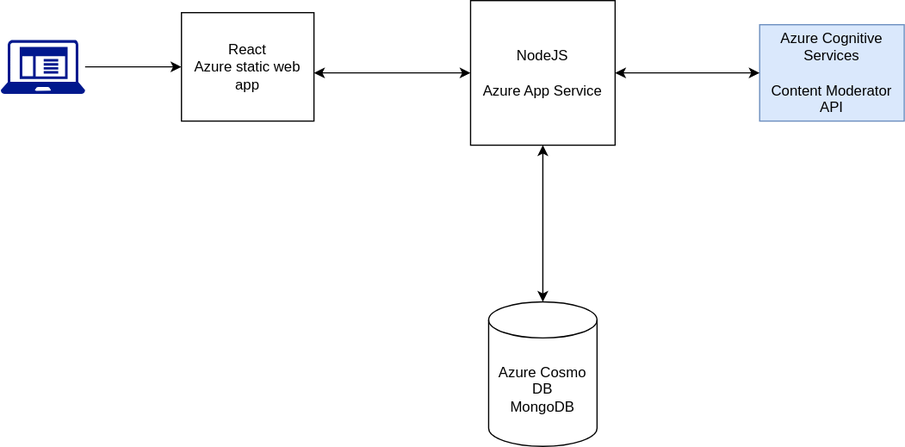
This is circle-architecture.svg from chalanik/circle, a draw.io export, as it was before one commit. Source tidied: cells renumbered, new cells last; positions are measured from the earlier drawing's top-left corner, leaving out a move shared by most shapes.
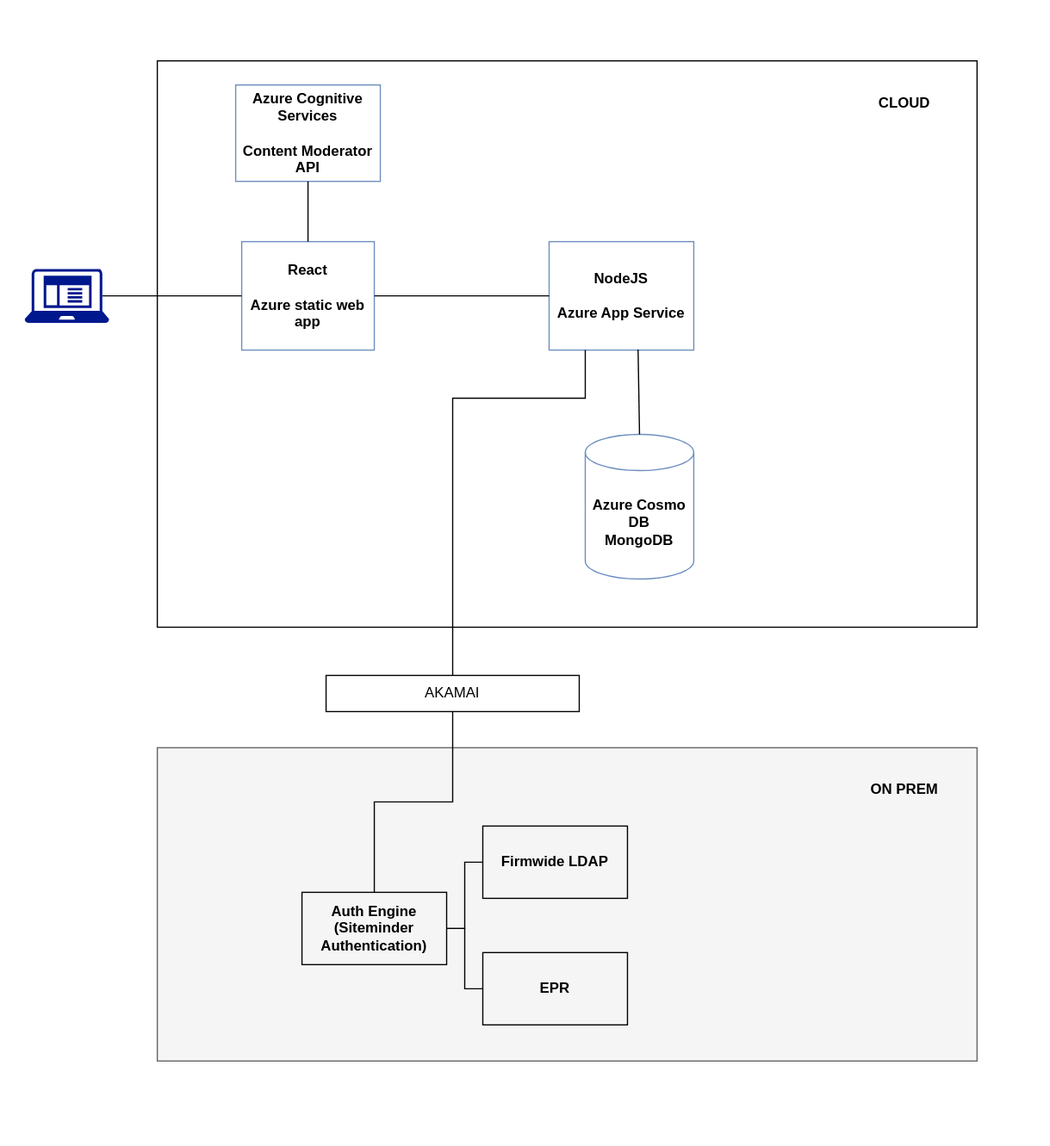
After the commit.

Commit message:
update arch diagrams

What changed in the source:
```diff
@@ -2,44 +2,91 @@
   <root>
     <mxCell id="0" />
     <mxCell id="1" parent="0" />
+    <mxCell id="13" style="rounded=0;whiteSpace=wrap;html=1;fillColor=none;perimeterSpacing=4;strokeColor=none;" parent="1" vertex="1">
+      <mxGeometry x="-40" y="-100" width="870" height="950" as="geometry" />
+    </mxCell>
+    <mxCell id="14" style="whiteSpace=wrap;html=1;" parent="1" vertex="1">
+      <mxGeometry x="90" y="-50" width="680" height="470" as="geometry" />
+    </mxCell>
-    <mxCell id="2" value="React&lt;br&gt;Azure static web app" style="rounded=0;whiteSpace=wrap;html=1;" parent="1" vertex="1">
-      <mxGeometry x="150" y="10" width="110" height="90" as="geometry" />
+    <mxCell id="2" value="React&lt;br&gt;&lt;br&gt;Azure static web app" style="rounded=0;whiteSpace=wrap;html=1;fontStyle=1;fillColor=none;strokeColor=#6c8ebf;" parent="1" vertex="1">
+      <mxGeometry x="160" y="100" width="110" height="90" as="geometry" />
     </mxCell>
     <mxCell id="3" style="edgeStyle=orthogonalEdgeStyle;rounded=0;orthogonalLoop=1;jettySize=auto;html=1;exitX=0.5;exitY=1;exitDx=0;exitDy=0;entryX=0.5;entryY=1;entryDx=0;entryDy=0;" parent="1" edge="1" source="4" target="4">
       <mxGeometry relative="1" as="geometry" />
     </mxCell>
-    <mxCell id="4" value="NodeJS&lt;br&gt;&lt;br&gt;Azure App Service" style="rounded=0;whiteSpace=wrap;html=1;" parent="1" vertex="1">
-      <mxGeometry x="390" width="120" height="120" as="geometry" />
+    <mxCell id="4" value="NodeJS&lt;br&gt;&lt;br&gt;Azure App Service" style="rounded=0;whiteSpace=wrap;html=1;fontStyle=1;fillColor=none;strokeColor=#6c8ebf;" parent="1" vertex="1">
+      <mxGeometry x="415" y="100" width="120" height="90" as="geometry" />
     </mxCell>
-    <mxCell id="5" value="Azure Cosmo DB&lt;br&gt;MongoDB" style="shape=cylinder3;whiteSpace=wrap;html=1;boundedLbl=1;backgroundOutline=1;size=15;" parent="1" vertex="1">
-      <mxGeometry x="405" y="250" width="90" height="120" as="geometry" />
+    <mxCell id="5" value="Azure Cosmo DB&lt;br&gt;MongoDB" style="shape=cylinder3;whiteSpace=wrap;html=1;boundedLbl=1;backgroundOutline=1;size=15;fontStyle=1;fillColor=none;strokeColor=#6c8ebf;" parent="1" vertex="1">
+      <mxGeometry x="445" y="260" width="90" height="120" as="geometry" />
     </mxCell>
-    <mxCell id="6" style="endArrow=classic;startArrow=classic;html=1;rounded=0;exitX=0.5;exitY=0;exitDx=0;exitDy=0;exitPerimeter=0;" parent="1" edge="1" source="5">
-      <mxGeometry relative="1" as="geometry">
-        <mxPoint x="450" y="120" as="targetPoint" />
-      </mxGeometry>
-    </mxCell>
-    <mxCell id="7" style="edgeStyle=orthogonalEdgeStyle;rounded=0;jettySize=auto;html=1;exitX=0.5;exitY=1;exitDx=0;exitDy=0;" parent="1" edge="1" source="8">
-      <mxGeometry relative="1" as="geometry">
-        <mxPoint x="690" y="100" as="targetPoint" />
-      </mxGeometry>
+    <mxCell id="7" style="edgeStyle=orthogonalEdgeStyle;rounded=0;orthogonalLoop=1;jettySize=auto;html=1;exitX=0.5;exitY=1;exitDx=0;exitDy=0;entryX=0.5;entryY=1;entryDx=0;entryDy=0;" parent="1" edge="1" source="8" target="8">
+      <mxGeometry relative="1" as="geometry" />
     </mxCell>
-    <mxCell id="8" value="Azure Cognitive Services&lt;br&gt;&lt;br&gt;Content Moderator API&lt;br&gt;" style="rounded=0;whiteSpace=wrap;html=1;fillColor=#dae8fc;strokeColor=#6c8ebf;" parent="1" vertex="1">
-      <mxGeometry x="630" y="20" width="120" height="80" as="geometry" />
+    <mxCell id="8" value="Azure Cognitive Services&lt;br&gt;&lt;br&gt;Content Moderator API&lt;br&gt;" style="rounded=0;whiteSpace=wrap;html=1;fillColor=none;strokeColor=#6c8ebf;fontStyle=1;" parent="1" vertex="1">
+      <mxGeometry x="155" y="-30" width="120" height="80" as="geometry" />
     </mxCell>
-    <mxCell id="9" style="endArrow=classic;startArrow=classic;html=1;rounded=0;exitX=0;exitY=0.5;exitDx=0;exitDy=0;entryX=1;entryY=0.5;entryDx=0;entryDy=0;" parent="1" edge="1" source="8" target="4">
-      <mxGeometry relative="1" as="geometry" />
-    </mxCell>
-    <mxCell id="10" style="endArrow=classic;startArrow=classic;html=1;rounded=0;exitX=0;exitY=0.5;exitDx=0;exitDy=0;" parent="1" edge="1" source="4">
-      <mxGeometry relative="1" as="geometry">
-        <mxPoint x="260" y="60" as="targetPoint" />
-      </mxGeometry>
-    </mxCell>
+    <mxCell id="12" style="sketch=0;shadow=0;dashed=0;html=1;strokeColor=none;labelPosition=center;verticalLabelPosition=bottom;verticalAlign=top;align=center;fillColor=#00188D;shape=mxgraph.mscae.enterprise.client_application;" parent="1" vertex="1">
+      <mxGeometry x="-20" y="122.6" width="70" height="44.8" as="geometry" />
+    </mxCell>
+    <mxCell id="15" value="CLOUD" style="text;html=1;strokeColor=none;fillColor=none;align=center;verticalAlign=middle;whiteSpace=wrap;rounded=0;fontStyle=1;" parent="1" vertex="1">
+      <mxGeometry x="670" y="-30" width="80" height="30" as="geometry" />
+    </mxCell>
+    <mxCell id="16" style="rounded=0;whiteSpace=wrap;html=1;fillColor=#f5f5f5;fontColor=#333333;strokeColor=#666666;" parent="1" vertex="1">
+      <mxGeometry x="90" y="520" width="680" height="260" as="geometry" />
+    </mxCell>
+    <mxCell id="17" value="Auth Engine&lt;br&gt;(Siteminder Authentication)" style="rounded=0;whiteSpace=wrap;html=1;fillColor=none;fontStyle=1;" parent="1" vertex="1">
+      <mxGeometry x="210" y="640" width="120" height="60" as="geometry" />
+    </mxCell>
+    <mxCell id="18" value="EPR" style="rounded=0;whiteSpace=wrap;html=1;fillColor=none;fontStyle=1;" parent="1" vertex="1">
+      <mxGeometry x="360" y="690" width="120" height="60" as="geometry" />
+    </mxCell>
+    <mxCell id="19" value="Firmwide LDAP" style="rounded=0;whiteSpace=wrap;html=1;fillColor=none;fontStyle=1;" parent="1" vertex="1">
+      <mxGeometry x="360" y="585" width="120" height="60" as="geometry" />
+    </mxCell>
+    <mxCell id="20" value="AKAMAI" style="rounded=0;whiteSpace=wrap;html=1;fillColor=none;" parent="1" vertex="1">
+      <mxGeometry x="230" y="460" width="210" height="30" as="geometry" />
+    </mxCell>
+    <mxCell id="21" style="endArrow=none;html=1;rounded=0;exitX=0.5;exitY=0;exitDx=0;exitDy=0;entryX=0.5;entryY=1;entryDx=0;entryDy=0;edgeStyle=orthogonalEdgeStyle;" parent="1" edge="1" source="17" target="20">
+      <mxGeometry relative="1" as="geometry" />
+    </mxCell>
+    <mxCell id="22" style="endArrow=none;html=1;rounded=0;exitX=1;exitY=0.5;exitDx=0;exitDy=0;entryX=0;entryY=0.5;entryDx=0;entryDy=0;edgeStyle=elbowEdgeStyle;" parent="1" edge="1" source="17" target="19">
+      <mxGeometry relative="1" as="geometry" />
+    </mxCell>
+    <mxCell id="23" style="endArrow=none;html=1;rounded=0;entryX=0;entryY=0.5;entryDx=0;entryDy=0;exitX=1;exitY=0.5;exitDx=0;exitDy=0;edgeStyle=elbowEdgeStyle;" parent="1" edge="1" source="17" target="18">
+      <mxGeometry relative="1" as="geometry" />
+    </mxCell>
+    <mxCell id="24" value="ON PREM" style="text;html=1;strokeColor=none;fillColor=none;align=center;verticalAlign=middle;whiteSpace=wrap;rounded=0;fontStyle=1;" parent="1" vertex="1">
+      <mxGeometry x="680" y="540" width="60" height="30" as="geometry" />
+    </mxCell>
+    <mxCell id="25" style="edgeStyle=elbowEdgeStyle;rounded=0;orthogonalLoop=1;jettySize=auto;html=1;exitX=0;exitY=0.5;exitDx=0;exitDy=0;" parent="1" edge="1" source="4" target="4">
+      <mxGeometry relative="1" as="geometry" />
+    </mxCell>
+    <mxCell id="26" style="endArrow=none;html=1;rounded=0;entryX=0.25;entryY=1;entryDx=0;entryDy=0;edgeStyle=elbowEdgeStyle;elbow=vertical;" parent="1" edge="1" target="4">
+      <mxGeometry relative="1" as="geometry">
+        <mxPoint x="335" y="460" as="sourcePoint" />
+        <Array as="points">
+          <mxPoint x="410" y="230" />
+        </Array>
+      </mxGeometry>
+    </mxCell>
+    <mxCell id="27" style="edgeStyle=elbowEdgeStyle;rounded=0;orthogonalLoop=1;jettySize=auto;elbow=vertical;html=1;exitX=1;exitY=0.75;exitDx=0;exitDy=0;" parent="1" edge="1" source="14" target="14">
+      <mxGeometry relative="1" as="geometry" />
+    </mxCell>
+    <mxCell id="28" style="edgeStyle=elbowEdgeStyle;rounded=0;orthogonalLoop=1;jettySize=auto;elbow=vertical;html=1;exitX=1;exitY=0.5;exitDx=0;exitDy=0;" parent="1" edge="1" source="14" target="14">
+      <mxGeometry relative="1" as="geometry" />
+    </mxCell>
+    <mxCell id="29" style="endArrow=none;html=1;rounded=0;elbow=vertical;exitX=0.5;exitY=0;exitDx=0;exitDy=0;exitPerimeter=0;entryX=0.615;entryY=0.995;entryDx=0;entryDy=0;entryPerimeter=0;" parent="1" edge="1" source="5" target="4">
+      <mxGeometry relative="1" as="geometry" />
+    </mxCell>
-    <mxCell id="11" style="edgeStyle=orthogonalEdgeStyle;rounded=0;jettySize=auto;html=1;entryX=0;entryY=0.5;entryDx=0;entryDy=0;" parent="1" edge="1" source="12" target="2">
+    <mxCell id="11" style="endArrow=none;html=1;rounded=0;elbow=vertical;entryX=0;entryY=0.5;entryDx=0;entryDy=0;exitX=0.92;exitY=0.5;exitDx=0;exitDy=0;exitPerimeter=0;" parent="1" edge="1" source="12" target="2">
       <mxGeometry relative="1" as="geometry" />
     </mxCell>
-    <mxCell id="12" style="sketch=0;shadow=0;dashed=0;html=1;strokeColor=none;labelPosition=center;verticalLabelPosition=bottom;verticalAlign=top;align=center;fillColor=#00188D;shape=mxgraph.mscae.enterprise.client_application;" parent="1" vertex="1">
-      <mxGeometry y="32.6" width="70" height="44.8" as="geometry" />
-    </mxCell>
+    <mxCell id="30" style="endArrow=none;html=1;rounded=0;elbow=vertical;exitX=0.5;exitY=0;exitDx=0;exitDy=0;entryX=0.5;entryY=1;entryDx=0;entryDy=0;" parent="1" edge="1" source="2" target="8">
+      <mxGeometry relative="1" as="geometry" />
+    </mxCell>
+    <mxCell id="31" style="endArrow=none;html=1;rounded=0;elbow=vertical;entryX=0;entryY=0.5;entryDx=0;entryDy=0;exitX=1;exitY=0.5;exitDx=0;exitDy=0;" parent="1" edge="1" source="2" target="4">
+      <mxGeometry relative="1" as="geometry" />
+    </mxCell>
   </root>
 </mxGraphModel>
```
